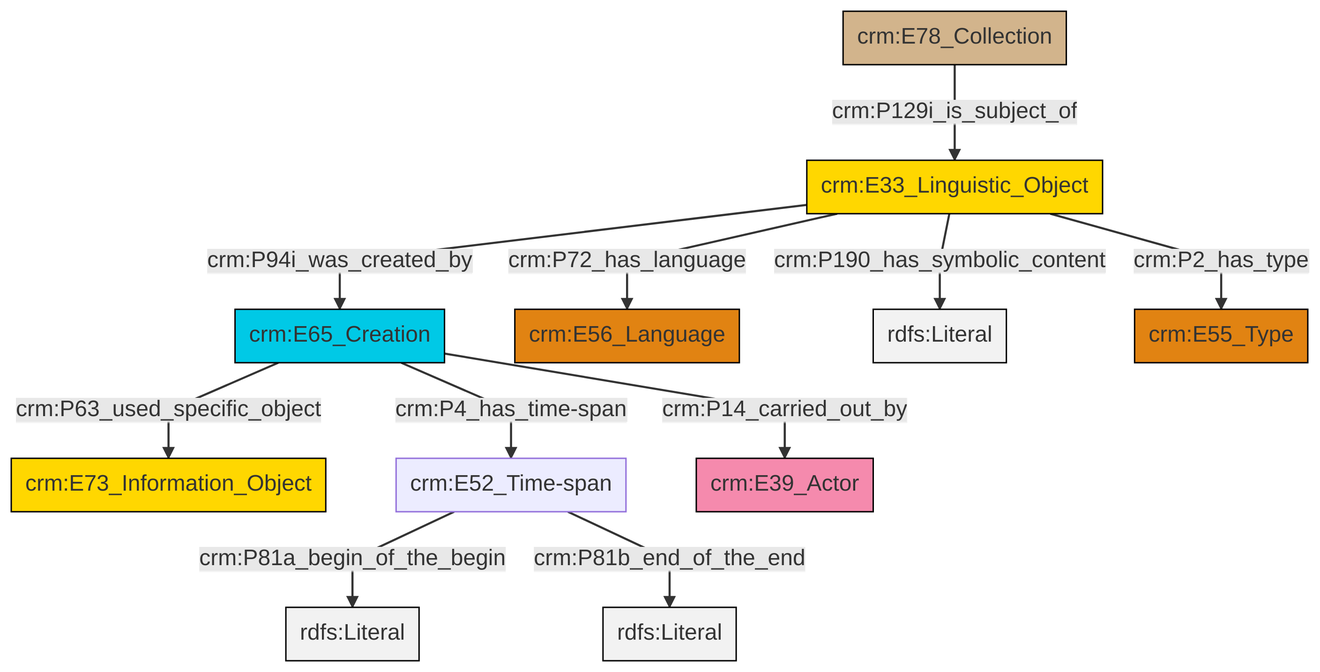
Before: et/archivalCSV/ttl/mmd/png/archival_desc.png, a diagram exported from Mermaid (swiss-art-research-net/docs.swissartresearch). Its source is kept beside it as et/archivalCSV/ttl/mmd/archival_desc.ttl.mmd.
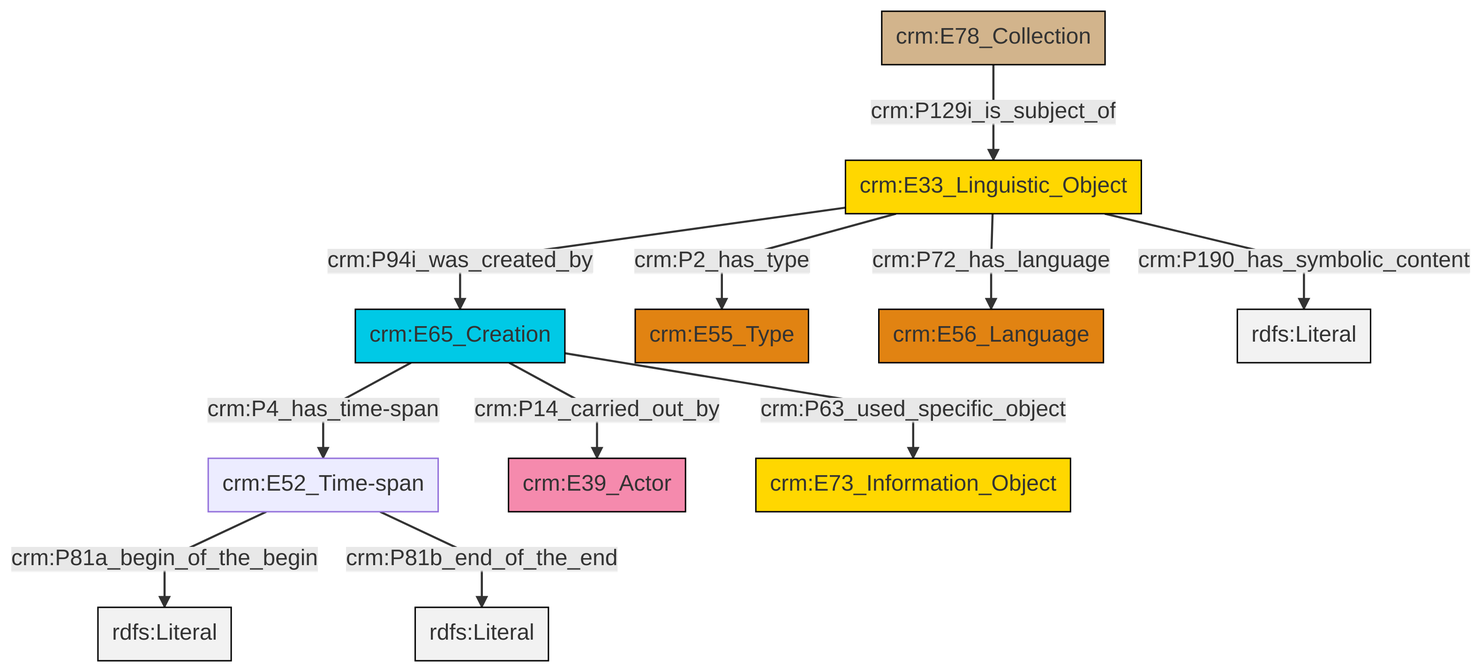
After the change.

The edit, as a diff of the source:
```diff
@@ -13,13 +13,13 @@
 classDef PC_Classes fill:#4ce600, stroke:#000000;
 classDef Multi fill:#cccccc,stroke:#000000;
 
-2["crm:E65_Creation"]:::Temporal_Entity -->|crm:P4_has_time-span| 3["crm:E52_Time-span"]:::Default
-2["crm:E65_Creation"]:::Temporal_Entity -->|crm:P14_carried_out_by| 6["crm:E39_Actor"]:::Actor
-3["crm:E52_Time-span"]:::Default -->|crm:P81a_begin_of_the_begin| 7[rdfs:Literal]:::Literal
-8["crm:E78_Collection"]:::Physical_Thing -->|crm:P129i_is_subject_of| 9["crm:E33_Linguistic_Object"]:::Conceptual_Object
-9["crm:E33_Linguistic_Object"]:::Conceptual_Object -->|crm:P72_has_language| 4["crm:E56_Language"]:::Type
-2["crm:E65_Creation"]:::Temporal_Entity -->|crm:P63_used_specific_object| 0["crm:E73_Information_Object"]:::Conceptual_Object
-9["crm:E33_Linguistic_Object"]:::Conceptual_Object -->|crm:P190_has_symbolic_content| 11[rdfs:Literal]:::Literal
-3["crm:E52_Time-span"]:::Default -->|crm:P81b_end_of_the_end| 12[rdfs:Literal]:::Literal
-9["crm:E33_Linguistic_Object"]:::Conceptual_Object -->|crm:P2_has_type| 14["crm:E55_Type"]:::Type
-9["crm:E33_Linguistic_Object"]:::Conceptual_Object -->|crm:P94i_was_created_by| 2["crm:E65_Creation"]:::Temporal_Entity
+0["crm:E65_Creation"]:::Temporal_Entity -->|crm:P4_has_time-span| 1["crm:E52_Time-span"]:::Default
+1["crm:E52_Time-span"]:::Default -->|crm:P81a_begin_of_the_begin| 3[rdfs:Literal]:::Literal
+4["crm:E33_Linguistic_Object"]:::Conceptual_Object -->|crm:P2_has_type| 5["crm:E55_Type"]:::Type
+1["crm:E52_Time-span"]:::Default -->|crm:P81b_end_of_the_end| 8[rdfs:Literal]:::Literal
+0["crm:E65_Creation"]:::Temporal_Entity -->|crm:P14_carried_out_by| 10["crm:E39_Actor"]:::Actor
+4["crm:E33_Linguistic_Object"]:::Conceptual_Object -->|crm:P190_has_symbolic_content| 12[rdfs:Literal]:::Literal
+13["crm:E78_Collection"]:::Physical_Thing -->|crm:P129i_is_subject_of| 4["crm:E33_Linguistic_Object"]:::Conceptual_Object
+0["crm:E65_Creation"]:::Temporal_Entity -->|crm:P63_used_specific_object| 16["crm:E73_Information_Object"]:::Conceptual_Object
+4["crm:E33_Linguistic_Object"]:::Conceptual_Object -->|crm:P94i_was_created_by| 0["crm:E65_Creation"]:::Temporal_Entity
+4["crm:E33_Linguistic_Object"]:::Conceptual_Object -->|crm:P72_has_language| 6["crm:E56_Language"]:::Type
```
